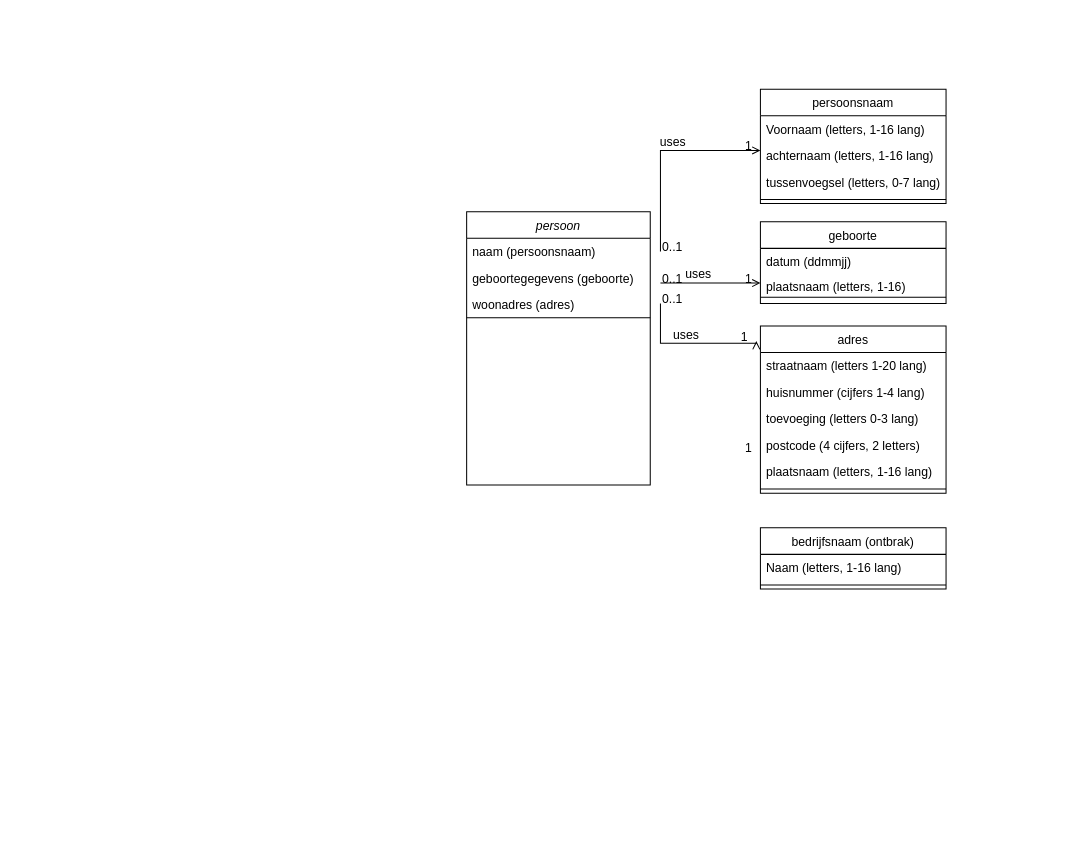
This is Diagram zonder titel.drawio from JeroenHeemskerk/swot, a draw.io file, before an edit. Source tidied: cells renumbered, new cells numbered last; positions are measured from the earlier drawing's top-left corner, leaving out a move shared by most shapes. Both pictures are drawn from the tidied source at 102%, with x=0, y=0 at pixel (466, 89).
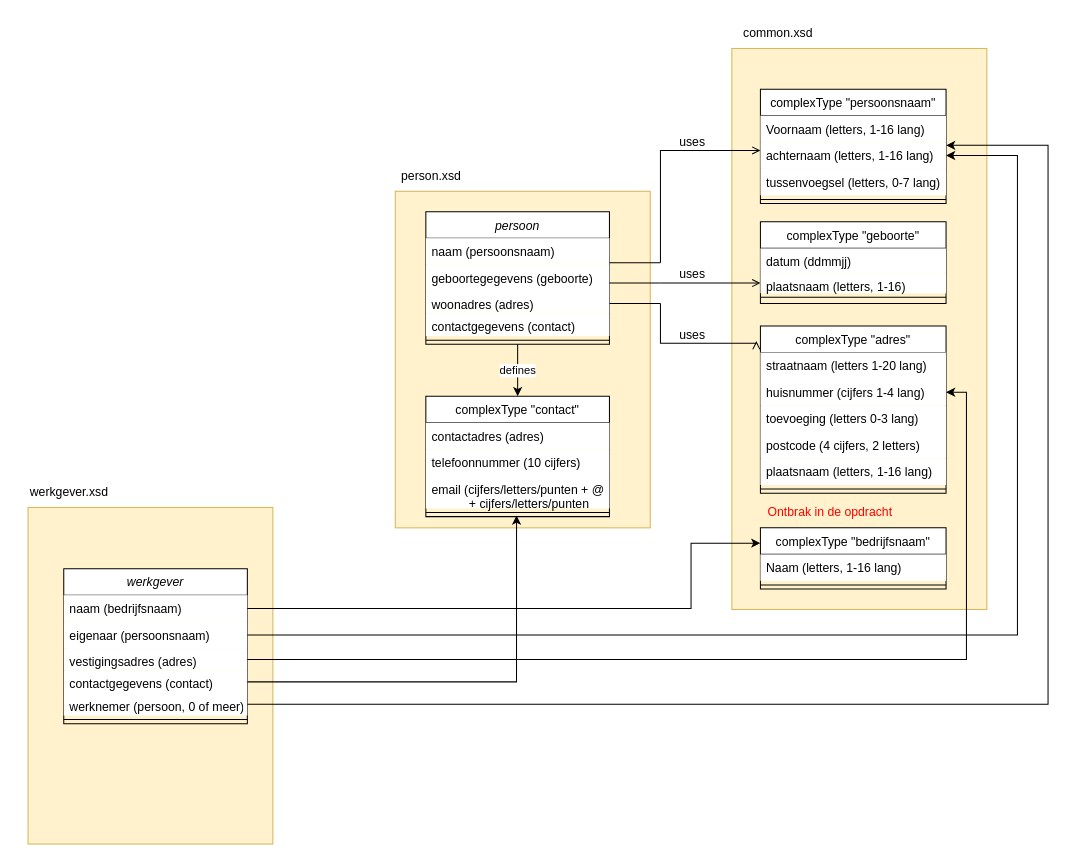
The same page after the edit.

Unchanged cells that the change refers to:
```xml
<mxCell id="14" style="endArrow=open;shadow=0;strokeWidth=1;rounded=0;endFill=1;edgeStyle=elbowEdgeStyle;elbow=vertical;" parent="1" edge="1">
  <mxGeometry x="0.5" y="41" relative="1" as="geometry">
    <mxPoint x="190" y="190" as="sourcePoint" />
    <mxPoint x="288" y="190" as="targetPoint" />
    <mxPoint x="-40" y="32" as="offset" />
  </mxGeometry>
</mxCell>
<mxCell id="35" style="endArrow=open;shadow=0;strokeWidth=1;rounded=0;endFill=1;edgeStyle=elbowEdgeStyle;elbow=vertical;exitX=1;exitY=0.5;exitDx=0;exitDy=0;entryX=-0.022;entryY=0.091;entryDx=0;entryDy=0;entryPerimeter=0;" parent="1" edge="1" target="7">
  <mxGeometry x="0.5" y="41" relative="1" as="geometry">
    <mxPoint x="190" y="210" as="sourcePoint" />
    <Array as="points">
      <mxPoint x="270" y="249" />
    </Array>
    <mxPoint x="-40" y="32" as="offset" />
  </mxGeometry>
</mxCell>
```

Diff of the diagram source:
```diff
@@
+    <mxCell id="39" style="rounded=0;whiteSpace=wrap;html=1;align=left;fillColor=#fff2cc;strokeColor=#d6b656;" parent="1" vertex="1">
+      <mxGeometry x="-70" y="100" width="250" height="330" as="geometry" />
+    </mxCell>
+    <mxCell id="40" value="person.xsd" style="text;html=1;align=center;verticalAlign=middle;strokeColor=none;fillColor=none;" parent="1" vertex="1">
+      <mxGeometry x="-75" y="70" width="80" height="30" as="geometry" />
+    </mxCell>
+    <mxCell id="41" style="rounded=0;whiteSpace=wrap;html=1;align=left;fillColor=#fff2cc;strokeColor=#d6b656;" parent="1" vertex="1">
+      <mxGeometry x="260" y="-40" width="250" height="550" as="geometry" />
+    </mxCell>
+    <mxCell id="42" value="defines" style="edgeStyle=orthogonalEdgeStyle;rounded=0;jettySize=auto;html=1;exitX=0.5;exitY=1;exitDx=0;exitDy=0;entryX=0.5;entryY=0;entryDx=0;entryDy=0;" parent="1" edge="1" source="2" target="44">
+      <mxGeometry relative="1" as="geometry" />
+    </mxCell>
     <mxCell id="2" value="persoon" style="swimlane;fontStyle=2;align=center;verticalAlign=top;horizontal=1;startSize=26;rounded=0;shadow=0;strokeWidth=1;" parent="1" vertex="1">
-      <mxGeometry y="120" width="180" height="268" as="geometry" />
+      <mxGeometry x="-40" y="120" width="180" height="130" as="geometry" />
     </mxCell>
-    <mxCell id="3" value="naam (persoonsnaam)" style="text;align=left;verticalAlign=top;spacingLeft=4;spacingRight=4;overflow=hidden;" parent="2" vertex="1">
+    <mxCell id="3" value="naam (persoonsnaam)" style="text;align=left;verticalAlign=top;spacingLeft=4;spacingRight=4;overflow=hidden;fillColor=default;" parent="2" vertex="1">
       <mxGeometry y="26" width="180" height="26" as="geometry" />
     </mxCell>
-    <mxCell id="4" value="geboortegegevens (geboorte)" style="text;align=left;verticalAlign=top;spacingLeft=4;spacingRight=4;overflow=hidden;rounded=0;shadow=0;html=0;" parent="2" vertex="1">
+    <mxCell id="4" value="geboortegegevens (geboorte)" style="text;align=left;verticalAlign=top;spacingLeft=4;spacingRight=4;overflow=hidden;rounded=0;shadow=0;html=0;fillColor=default;" parent="2" vertex="1">
       <mxGeometry y="52" width="180" height="26" as="geometry" />
     </mxCell>
-    <mxCell id="5" value="woonadres (adres)" style="text;align=left;verticalAlign=top;spacingLeft=4;spacingRight=4;overflow=hidden;rounded=0;shadow=0;html=0;" parent="2" vertex="1">
+    <mxCell id="5" value="woonadres (adres)" style="text;align=left;verticalAlign=top;spacingLeft=4;spacingRight=4;overflow=hidden;rounded=0;shadow=0;html=0;fillColor=default;" parent="2" vertex="1">
       <mxGeometry y="78" width="180" height="22" as="geometry" />
     </mxCell>
+    <mxCell id="43" value="contactgegevens (contact)" style="text;align=left;verticalAlign=top;spacingLeft=4;spacingRight=4;overflow=hidden;rounded=0;shadow=0;html=0;fillColor=default;" parent="2" vertex="1">
+      <mxGeometry y="100" width="180" height="22" as="geometry" />
+    </mxCell>
     <mxCell id="6" style="line;html=1;strokeWidth=1;align=left;verticalAlign=middle;spacingTop=-1;spacingLeft=3;spacingRight=3;labelPosition=right;" parent="2" vertex="1">
-      <mxGeometry y="100" width="180" height="8" as="geometry" />
+      <mxGeometry y="122" width="180" height="8" as="geometry" />
     </mxCell>
-    <mxCell id="7" value="adres" style="swimlane;fontStyle=0;align=center;verticalAlign=top;horizontal=1;startSize=26;rounded=0;shadow=0;strokeWidth=1;" parent="1" vertex="1">
+    <mxCell id="7" value="complexType &quot;adres&quot;" style="swimlane;fontStyle=0;align=center;verticalAlign=top;horizontal=1;startSize=26;rounded=0;shadow=0;strokeWidth=1;fillColor=#FFFFFF;" parent="1" vertex="1">
       <mxGeometry x="288" y="232" width="182" height="164" as="geometry" />
     </mxCell>
-    <mxCell id="8" value="straatnaam (letters 1-20 lang)" style="text;align=left;verticalAlign=top;spacingLeft=4;spacingRight=4;overflow=hidden;" parent="7" vertex="1">
+    <mxCell id="8" value="straatnaam (letters 1-20 lang)" style="text;align=left;verticalAlign=top;spacingLeft=4;spacingRight=4;overflow=hidden;fillColor=default;" parent="7" vertex="1">
       <mxGeometry y="26" width="182" height="26" as="geometry" />
     </mxCell>
-    <mxCell id="9" value="huisnummer (cijfers 1-4 lang)" style="text;align=left;verticalAlign=top;spacingLeft=4;spacingRight=4;overflow=hidden;points=[[0,0.5],[1,0.5]];portConstraint=eastwest;rounded=0;shadow=0;html=0;" parent="7" vertex="1">
+    <mxCell id="9" value="huisnummer (cijfers 1-4 lang)" style="text;align=left;verticalAlign=top;spacingLeft=4;spacingRight=4;overflow=hidden;points=[[0,0.5],[1,0.5]];portConstraint=eastwest;rounded=0;shadow=0;html=0;fillColor=default;" parent="7" vertex="1">
       <mxGeometry y="52" width="182" height="26" as="geometry" />
     </mxCell>
-    <mxCell id="10" value="toevoeging (letters 0-3 lang)" style="text;align=left;verticalAlign=top;spacingLeft=4;spacingRight=4;overflow=hidden;rounded=0;shadow=0;html=0;" parent="7" vertex="1">
+    <mxCell id="10" value="toevoeging (letters 0-3 lang)" style="text;align=left;verticalAlign=top;spacingLeft=4;spacingRight=4;overflow=hidden;rounded=0;shadow=0;html=0;fillColor=default;" parent="7" vertex="1">
       <mxGeometry y="78" width="182" height="26" as="geometry" />
     </mxCell>
-    <mxCell id="11" value="postcode (4 cijfers, 2 letters)" style="text;align=left;verticalAlign=top;spacingLeft=4;spacingRight=4;overflow=hidden;rounded=0;shadow=0;html=0;" parent="7" vertex="1">
+    <mxCell id="11" value="postcode (4 cijfers, 2 letters)" style="text;align=left;verticalAlign=top;spacingLeft=4;spacingRight=4;overflow=hidden;rounded=0;shadow=0;html=0;fillColor=default;" parent="7" vertex="1">
       <mxGeometry y="104" width="182" height="26" as="geometry" />
     </mxCell>
-    <mxCell id="12" value="plaatsnaam (letters, 1-16 lang)" style="text;align=left;verticalAlign=top;spacingLeft=4;spacingRight=4;overflow=hidden;rounded=0;shadow=0;html=0;" parent="7" vertex="1">
+    <mxCell id="12" value="plaatsnaam (letters, 1-16 lang)" style="text;align=left;verticalAlign=top;spacingLeft=4;spacingRight=4;overflow=hidden;rounded=0;shadow=0;html=0;fillColor=default;" parent="7" vertex="1">
       <mxGeometry y="130" width="182" height="26" as="geometry" />
     </mxCell>
@@
-    <mxCell id="15" value="0..1" style="align=left;verticalAlign=bottom;labelBackgroundColor=none;fontSize=12;" parent="14" vertex="1">
-      <mxGeometry x="-1" relative="1" as="geometry">
-        <mxPoint y="4" as="offset" />
-      </mxGeometry>
-    </mxCell>
-    <mxCell id="16" value="1" style="align=right;verticalAlign=bottom;labelBackgroundColor=none;fontSize=12;" parent="14" vertex="1">
-      <mxGeometry x="1" relative="1" as="geometry">
-        <mxPoint x="-7" y="4" as="offset" />
-      </mxGeometry>
-    </mxCell>
     <mxCell id="17" value="uses" style="text;html=1;align=center;verticalAlign=middle;labelBackgroundColor=none;rounded=0;shadow=0;strokeWidth=1;fontSize=12;" parent="14" vertex="1">
       <mxGeometry x="0.5" y="49" relative="1" as="geometry">
-        <mxPoint x="-38" y="40" as="offset" />
+        <mxPoint x="-44" y="40" as="offset" />
       </mxGeometry>
     </mxCell>
-    <mxCell id="18" value="persoonsnaam" style="swimlane;fontStyle=0;align=center;verticalAlign=top;horizontal=1;startSize=26;rounded=0;shadow=0;strokeWidth=1;" parent="1" vertex="1">
+    <mxCell id="18" value="complexType &quot;persoonsnaam&quot;" style="swimlane;fontStyle=0;align=center;verticalAlign=top;horizontal=1;startSize=26;rounded=0;shadow=0;strokeWidth=1;fillColor=#FFFFFF;" parent="1" vertex="1">
       <mxGeometry x="288" width="182" height="112" as="geometry" />
     </mxCell>
-    <mxCell id="19" value="Voornaam (letters, 1-16 lang)" style="text;align=left;verticalAlign=top;spacingLeft=4;spacingRight=4;overflow=hidden;" parent="18" vertex="1">
+    <mxCell id="19" value="Voornaam (letters, 1-16 lang)" style="text;align=left;verticalAlign=top;spacingLeft=4;spacingRight=4;overflow=hidden;fillColor=default;" parent="18" vertex="1">
       <mxGeometry y="26" width="182" height="26" as="geometry" />
     </mxCell>
-    <mxCell id="20" value="achternaam (letters, 1-16 lang)" style="text;align=left;verticalAlign=top;spacingLeft=4;spacingRight=4;overflow=hidden;points=[[0,0.5],[1,0.5]];portConstraint=eastwest;rounded=0;shadow=0;html=0;" parent="18" vertex="1">
+    <mxCell id="20" value="achternaam (letters, 1-16 lang)" style="text;align=left;verticalAlign=top;spacingLeft=4;spacingRight=4;overflow=hidden;points=[[0,0.5],[1,0.5]];portConstraint=eastwest;rounded=0;shadow=0;html=0;fillColor=default;" parent="18" vertex="1">
       <mxGeometry y="52" width="182" height="26" as="geometry" />
     </mxCell>
-    <mxCell id="21" value="tussenvoegsel (letters, 0-7 lang)" style="text;align=left;verticalAlign=top;spacingLeft=4;spacingRight=4;overflow=hidden;rounded=0;shadow=0;html=0;" parent="18" vertex="1">
+    <mxCell id="21" value="tussenvoegsel (letters, 0-7 lang)" style="text;align=left;verticalAlign=top;spacingLeft=4;spacingRight=4;overflow=hidden;rounded=0;shadow=0;html=0;fillColor=default;" parent="18" vertex="1">
       <mxGeometry y="78" width="182" height="26" as="geometry" />
     </mxCell>
@@
-    <mxCell id="23" value="1" style="align=right;verticalAlign=bottom;labelBackgroundColor=none;fontSize=12;" parent="1" vertex="1">
-      <mxGeometry x="281" y="360" as="geometry" />
-    </mxCell>
-    <mxCell id="24" value="bedrijfsnaam (ontbrak)" style="swimlane;fontStyle=0;align=center;verticalAlign=top;horizontal=1;startSize=26;rounded=0;shadow=0;strokeWidth=1;" parent="1" vertex="1">
+    <mxCell id="24" value="complexType &quot;bedrijfsnaam&quot;" style="swimlane;fontStyle=0;align=center;verticalAlign=top;horizontal=1;startSize=26;rounded=0;shadow=0;strokeWidth=1;fillColor=#FFFFFF;" parent="1" vertex="1">
       <mxGeometry x="288" y="430" width="182" height="60" as="geometry" />
     </mxCell>
-    <mxCell id="25" value="Naam (letters, 1-16 lang)" style="text;align=left;verticalAlign=top;spacingLeft=4;spacingRight=4;overflow=hidden;" parent="24" vertex="1">
+    <mxCell id="25" value="Naam (letters, 1-16 lang)" style="text;align=left;verticalAlign=top;spacingLeft=4;spacingRight=4;overflow=hidden;fillColor=default;" parent="24" vertex="1">
       <mxGeometry y="26" width="182" height="26" as="geometry" />
     </mxCell>
@@
-    <mxCell id="27" style="endArrow=open;shadow=0;strokeWidth=1;rounded=0;endFill=1;edgeStyle=elbowEdgeStyle;elbow=vertical;exitX=1;exitY=0.5;exitDx=0;exitDy=0;" parent="1" edge="1" target="18">
+    <mxCell id="27" style="endArrow=open;shadow=0;strokeWidth=1;rounded=0;endFill=1;edgeStyle=elbowEdgeStyle;elbow=vertical;" parent="1" edge="1" target="18">
       <mxGeometry x="0.5" y="41" relative="1" as="geometry">
-        <mxPoint x="190" y="159" as="sourcePoint" />
+        <mxPoint x="190" y="170" as="sourcePoint" />
         <Array as="points">
           <mxPoint x="240" y="60" />
         </Array>
         <mxPoint x="-40" y="32" as="offset" />
       </mxGeometry>
     </mxCell>
-    <mxCell id="28" value="0..1" style="align=left;verticalAlign=bottom;labelBackgroundColor=none;fontSize=12;" parent="27" vertex="1">
+    <mxCell id="28" style="align=left;verticalAlign=bottom;labelBackgroundColor=none;fontSize=12;" parent="27" vertex="1">
       <mxGeometry x="-1" relative="1" as="geometry">
-        <mxPoint y="4" as="offset" />
+        <mxPoint x="-40" y="4" as="offset" />
       </mxGeometry>
     </mxCell>
-    <mxCell id="29" value="1" style="align=right;verticalAlign=bottom;labelBackgroundColor=none;fontSize=12;" parent="27" vertex="1">
-      <mxGeometry x="1" relative="1" as="geometry">
-        <mxPoint x="-7" y="4" as="offset" />
-      </mxGeometry>
-    </mxCell>
     <mxCell id="30" value="uses" style="text;html=1;align=center;verticalAlign=middle;labelBackgroundColor=none;rounded=0;shadow=0;strokeWidth=1;fontSize=12;" parent="27" vertex="1">
       <mxGeometry x="0.5" y="49" relative="1" as="geometry">
-        <mxPoint x="-38" y="40" as="offset" />
+        <mxPoint x="-16" y="40" as="offset" />
       </mxGeometry>
     </mxCell>
-    <mxCell id="31" value="geboorte" style="swimlane;fontStyle=0;align=center;verticalAlign=top;horizontal=1;startSize=26;rounded=0;shadow=0;strokeWidth=1;" parent="1" vertex="1">
+    <mxCell id="31" value="complexType &quot;geboorte&quot;" style="swimlane;fontStyle=0;align=center;verticalAlign=top;horizontal=1;startSize=26;rounded=0;shadow=0;strokeWidth=1;fillColor=#FFFFFF;" parent="1" vertex="1">
       <mxGeometry x="288" y="130" width="182" height="80" as="geometry" />
     </mxCell>
-    <mxCell id="32" value="datum (ddmmjj)" style="text;align=left;verticalAlign=top;spacingLeft=4;spacingRight=4;overflow=hidden;" parent="31" vertex="1">
+    <mxCell id="32" value="datum (ddmmjj)" style="text;align=left;verticalAlign=top;spacingLeft=4;spacingRight=4;overflow=hidden;fillColor=default;" parent="31" vertex="1">
       <mxGeometry y="26" width="182" height="24" as="geometry" />
     </mxCell>
-    <mxCell id="33" value="plaatsnaam (letters, 1-16)" style="text;align=left;verticalAlign=top;spacingLeft=4;spacingRight=4;overflow=hidden;" parent="31" vertex="1">
+    <mxCell id="33" value="plaatsnaam (letters, 1-16)" style="text;align=left;verticalAlign=top;spacingLeft=4;spacingRight=4;overflow=hidden;fillColor=#FFFFFF;" parent="31" vertex="1">
       <mxGeometry y="50" width="182" height="20" as="geometry" />
     </mxCell>
@@
-    <mxCell id="36" value="0..1" style="align=left;verticalAlign=bottom;labelBackgroundColor=none;fontSize=12;" parent="35" vertex="1">
-      <mxGeometry x="-1" relative="1" as="geometry">
-        <mxPoint y="4" as="offset" />
-      </mxGeometry>
-    </mxCell>
-    <mxCell id="37" value="1" style="align=right;verticalAlign=bottom;labelBackgroundColor=none;fontSize=12;" parent="35" vertex="1">
-      <mxGeometry x="1" relative="1" as="geometry">
-        <mxPoint x="-7" y="4" as="offset" />
-      </mxGeometry>
-    </mxCell>
     <mxCell id="38" value="uses" style="text;html=1;align=center;verticalAlign=middle;labelBackgroundColor=none;rounded=0;shadow=0;strokeWidth=1;fontSize=12;" parent="35" vertex="1">
       <mxGeometry x="0.5" y="49" relative="1" as="geometry">
-        <mxPoint x="-38" y="40" as="offset" />
+        <mxPoint x="-32" y="40" as="offset" />
       </mxGeometry>
     </mxCell>
+    <mxCell id="44" value="complexType &quot;contact&quot;" style="swimlane;fontStyle=0;align=center;verticalAlign=top;horizontal=1;startSize=26;rounded=0;shadow=0;strokeWidth=1;" parent="1" vertex="1">
+      <mxGeometry x="-40" y="301" width="180" height="118" as="geometry" />
+    </mxCell>
+    <mxCell id="45" value="contactadres (adres)" style="text;align=left;verticalAlign=top;spacingLeft=4;spacingRight=4;overflow=hidden;fillColor=default;" parent="44" vertex="1">
+      <mxGeometry y="26" width="180" height="26" as="geometry" />
+    </mxCell>
+    <mxCell id="46" value="telefoonnummer (10 cijfers)" style="text;align=left;verticalAlign=top;spacingLeft=4;spacingRight=4;overflow=hidden;rounded=0;shadow=0;html=0;fillColor=default;" parent="44" vertex="1">
+      <mxGeometry y="52" width="180" height="26" as="geometry" />
+    </mxCell>
+    <mxCell id="47" value="email (cijfers/letters/punten + @ &#10;           + cijfers/letters/punten" style="text;align=left;verticalAlign=top;spacingLeft=4;spacingRight=4;overflow=hidden;rounded=0;shadow=0;html=0;fillColor=default;" parent="44" vertex="1">
+      <mxGeometry y="78" width="180" height="32" as="geometry" />
+    </mxCell>
+    <mxCell id="48" style="line;html=1;strokeWidth=1;align=left;verticalAlign=middle;spacingTop=-1;spacingLeft=3;spacingRight=3;labelPosition=right;points=[];portConstraint=eastwest;" parent="44" vertex="1">
+      <mxGeometry y="110" width="180" height="8" as="geometry" />
+    </mxCell>
+    <mxCell id="49" value="&lt;font color=&quot;#ff0000&quot;&gt;Ontbrak in de opdracht&lt;/font&gt;" style="text;html=1;align=center;verticalAlign=middle;strokeColor=none;fillColor=none;" parent="1" vertex="1">
+      <mxGeometry x="281" y="400" width="150" height="30" as="geometry" />
+    </mxCell>
+    <mxCell id="50" value="common.xsd" style="text;html=1;align=center;verticalAlign=middle;strokeColor=none;fillColor=none;" parent="1" vertex="1">
+      <mxGeometry x="260" y="-70" width="90" height="30" as="geometry" />
+    </mxCell>
+    <mxCell id="51" style="endArrow=none;html=1;rounded=0;" parent="1" edge="1">
+      <mxGeometry relative="1" as="geometry">
+        <mxPoint x="140" y="170" as="sourcePoint" />
+        <mxPoint x="190" y="170" as="targetPoint" />
+      </mxGeometry>
+    </mxCell>
+    <mxCell id="52" style="endArrow=none;html=1;rounded=0;" parent="1" edge="1">
+      <mxGeometry relative="1" as="geometry">
+        <mxPoint x="140" y="190" as="sourcePoint" />
+        <mxPoint x="190" y="190" as="targetPoint" />
+      </mxGeometry>
+    </mxCell>
+    <mxCell id="53" style="endArrow=none;html=1;rounded=0;" parent="1" edge="1">
+      <mxGeometry relative="1" as="geometry">
+        <mxPoint x="140" y="210" as="sourcePoint" />
+        <mxPoint x="190" y="210" as="targetPoint" />
+      </mxGeometry>
+    </mxCell>
+    <mxCell id="54" style="rounded=0;whiteSpace=wrap;html=1;align=left;fillColor=#fff2cc;strokeColor=#d6b656;" parent="1" vertex="1">
+      <mxGeometry x="-430" y="410" width="240" height="330" as="geometry" />
+    </mxCell>
+    <mxCell id="55" value="werkgever.xsd" style="text;html=1;align=center;verticalAlign=middle;strokeColor=none;fillColor=none;" parent="1" vertex="1">
+      <mxGeometry x="-440" y="380" width="100" height="30" as="geometry" />
+    </mxCell>
+    <mxCell id="56" value="werkgever" style="swimlane;fontStyle=2;align=center;verticalAlign=top;horizontal=1;startSize=26;rounded=0;shadow=0;strokeWidth=1;" parent="1" vertex="1">
+      <mxGeometry x="-395" y="470" width="180" height="152" as="geometry" />
+    </mxCell>
+    <mxCell id="57" value="naam (bedrijfsnaam)" style="text;align=left;verticalAlign=top;spacingLeft=4;spacingRight=4;overflow=hidden;points=[[0,0.5],[1,0.5]];portConstraint=eastwest;fillColor=default;" parent="56" vertex="1">
+      <mxGeometry y="26" width="180" height="26" as="geometry" />
+    </mxCell>
+    <mxCell id="58" value="eigenaar (persoonsnaam)" style="text;align=left;verticalAlign=top;spacingLeft=4;spacingRight=4;overflow=hidden;points=[[0,0.5],[1,0.5]];portConstraint=eastwest;rounded=0;shadow=0;html=0;fillColor=default;" parent="56" vertex="1">
+      <mxGeometry y="52" width="180" height="26" as="geometry" />
+    </mxCell>
+    <mxCell id="59" value="vestigingsadres (adres)" style="text;align=left;verticalAlign=top;spacingLeft=4;spacingRight=4;overflow=hidden;points=[[0,0.5],[1,0.5]];portConstraint=eastwest;rounded=0;shadow=0;html=0;fillColor=default;" parent="56" vertex="1">
+      <mxGeometry y="78" width="180" height="22" as="geometry" />
+    </mxCell>
+    <mxCell id="60" value="contactgegevens (contact)" style="text;align=left;verticalAlign=top;spacingLeft=4;spacingRight=4;overflow=hidden;points=[[0,0.5],[1,0.5]];portConstraint=eastwest;rounded=0;shadow=0;html=0;fillColor=default;" parent="56" vertex="1">
+      <mxGeometry y="100" width="180" height="22" as="geometry" />
+    </mxCell>
+    <mxCell id="61" value="werknemer (persoon, 0 of meer)" style="text;align=left;verticalAlign=top;spacingLeft=4;spacingRight=4;overflow=hidden;points=[[0,0.5],[1,0.5]];portConstraint=eastwest;rounded=0;shadow=0;html=0;fillColor=default;" parent="56" vertex="1">
+      <mxGeometry y="122" width="180" height="22" as="geometry" />
+    </mxCell>
+    <mxCell id="62" style="line;html=1;strokeWidth=1;align=left;verticalAlign=middle;spacingTop=-1;spacingLeft=3;spacingRight=3;labelPosition=right;" parent="56" vertex="1">
+      <mxGeometry y="144" width="180" height="8" as="geometry" />
+    </mxCell>
+    <mxCell id="63" style="align=left;verticalAlign=bottom;labelBackgroundColor=none;fontSize=12;" parent="1" vertex="1">
+      <mxGeometry x="-205" y="524" as="geometry" />
+    </mxCell>
+    <mxCell id="64" style="edgeStyle=orthogonalEdgeStyle;rounded=0;jettySize=auto;html=1;exitX=1;exitY=0.5;exitDx=0;exitDy=0;entryX=0;entryY=0.25;entryDx=0;entryDy=0;" parent="1" edge="1" source="57" target="24">
+      <mxGeometry relative="1" as="geometry">
+        <Array as="points">
+          <mxPoint x="220" y="509" />
+          <mxPoint x="220" y="445" />
+        </Array>
+      </mxGeometry>
+    </mxCell>
+    <mxCell id="65" style="edgeStyle=orthogonalEdgeStyle;rounded=0;jettySize=auto;html=1;exitX=1;exitY=0.5;exitDx=0;exitDy=0;entryX=1;entryY=0.5;entryDx=0;entryDy=0;" parent="1" edge="1" source="58" target="20">
+      <mxGeometry relative="1" as="geometry">
+        <Array as="points">
+          <mxPoint x="540" y="535" />
+          <mxPoint x="540" y="65" />
+        </Array>
+      </mxGeometry>
+    </mxCell>
+    <mxCell id="66" style="edgeStyle=orthogonalEdgeStyle;rounded=0;jettySize=auto;html=1;exitX=1;exitY=0.5;exitDx=0;exitDy=0;entryX=1;entryY=0.5;entryDx=0;entryDy=0;" parent="1" edge="1" source="59" target="9">
+      <mxGeometry relative="1" as="geometry" />
+    </mxCell>
+    <mxCell id="67" style="edgeStyle=orthogonalEdgeStyle;rounded=0;jettySize=auto;html=1;exitX=1;exitY=0.5;exitDx=0;exitDy=0;entryX=0.494;entryY=0.875;entryDx=0;entryDy=0;entryPerimeter=0;" parent="1" edge="1" source="60" target="48">
+      <mxGeometry relative="1" as="geometry" />
+    </mxCell>
+    <mxCell id="68" style="edgeStyle=orthogonalEdgeStyle;rounded=0;jettySize=auto;html=1;exitX=1;exitY=0.5;exitDx=0;exitDy=0;entryX=1;entryY=0.115;entryDx=0;entryDy=0;entryPerimeter=0;" parent="1" edge="1" source="61" target="20">
+      <mxGeometry relative="1" as="geometry">
+        <Array as="points">
+          <mxPoint x="570" y="603" />
+          <mxPoint x="570" y="55" />
+        </Array>
+      </mxGeometry>
+    </mxCell>
```
